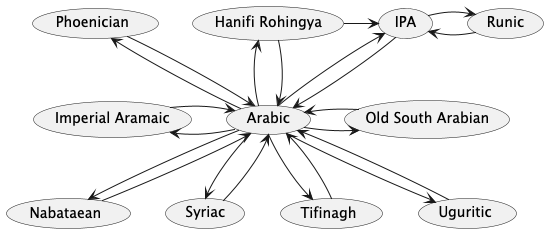
Above: packages/abjad-convert/doc/converters.png in amerharb/abjad (PlantUML), before the change.
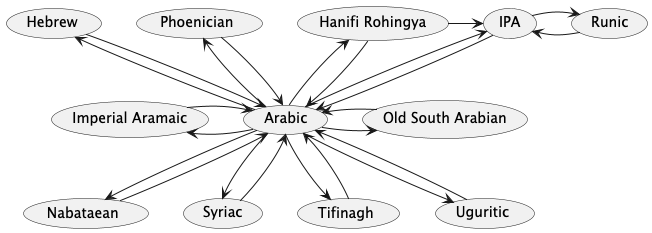
Above is the later version.

The edit, as a diff of the source:
```diff
@@ -9,6 +9,8 @@
 (IPA) <-left- (Hanifi Rohingya)
 (Arabic) -up-> (Phoenician)
 (Arabic) <-up- (Phoenician)
+(Arabic) -up-> (Hebrew)
+(Arabic) <-up- (Hebrew)
 (Arabic) --> (Nabataean)
 (Arabic) <-- (Nabataean)
 (Arabic) -> (Old South Arabian)
```
